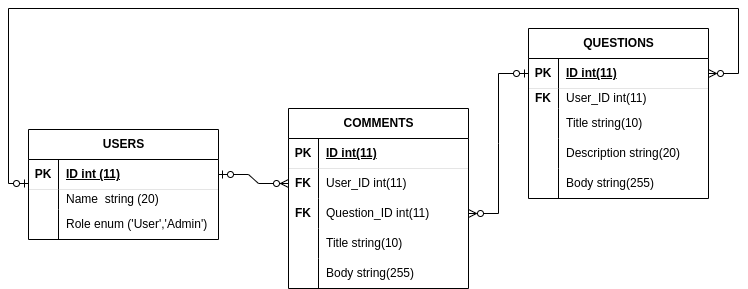
Above: erd/Project_blok8.drawio.png in mariomancev78/Project_blok8 (draw.io), before the change. Source tidied: cells renumbered, new cells last; positions are measured from the earlier drawing's top-left corner, leaving out a move shared by most shapes.
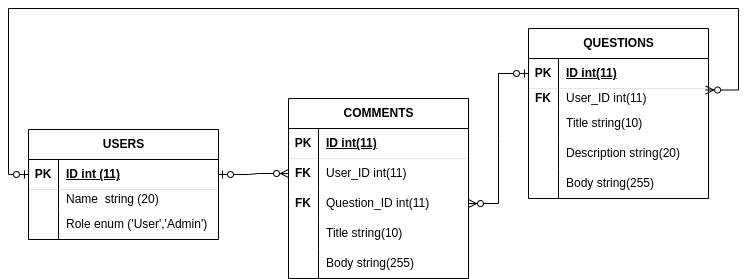
Later version of the same file.

The edit, as a diff of the source:
```diff
@@ -81,7 +81,7 @@
       <mxGeometry x="30" width="150" height="30" as="geometry" />
     </mxCell>
     <mxCell id="28" value="COMMENTS" style="shape=table;startSize=30;rowLines=0;fontStyle=1;align=center;html=1;" parent="1" vertex="1">
-      <mxGeometry x="280" y="100" width="180" height="180" as="geometry" />
+      <mxGeometry x="280" y="90" width="180" height="180" as="geometry" />
     </mxCell>
     <mxCell id="29" style="shape=tableRow;horizontal=0;startSize=0;swimlaneHead=0;swimlaneBody=0;fillColor=none;top=0;left=0;right=0;bottom=1;strokeWidth=0;fontStyle=0;" parent="28" vertex="1">
       <mxGeometry y="30" width="180" height="30" as="geometry" />
@@ -140,13 +140,13 @@
     <mxCell id="47" style="edgeStyle=entityRelationEdgeStyle;fontSize=12;html=1;endArrow=ERzeroToOne;startArrow=ERzeroToMany;rounded=0;exitX=1;exitY=0.5;exitDx=0;exitDy=0;entryX=0;entryY=0.5;entryDx=0;entryDy=0;startFill=0;endFill=0;" parent="1" edge="1" source="35" target="13">
       <mxGeometry relative="1" as="geometry" />
     </mxCell>
-    <mxCell id="48" style="edgeStyle=orthogonalEdgeStyle;jettySize=auto;html=1;endArrow=ERzeroToMany;endFill=0;rounded=0;strokeColor=default;startArrow=ERzeroToOne;startFill=0;" parent="1" edge="1" source="3" target="13">
+    <mxCell id="48" style="edgeStyle=orthogonalEdgeStyle;jettySize=auto;html=1;endArrow=ERzeroToMany;endFill=0;rounded=0;strokeColor=default;startArrow=ERzeroToOne;startFill=0;exitX=0;exitY=0.5;exitDx=0;exitDy=0;entryX=0.984;entryY=0.076;entryDx=0;entryDy=0;entryPerimeter=0;" parent="1" edge="1" source="3" target="16">
       <mxGeometry relative="1" as="geometry">
         <Array as="points">
-          <mxPoint y="175" />
+          <mxPoint y="166" />
           <mxPoint />
           <mxPoint x="730" />
-          <mxPoint x="730" y="65" />
+          <mxPoint x="730" y="81" />
         </Array>
       </mxGeometry>
     </mxCell>
```
